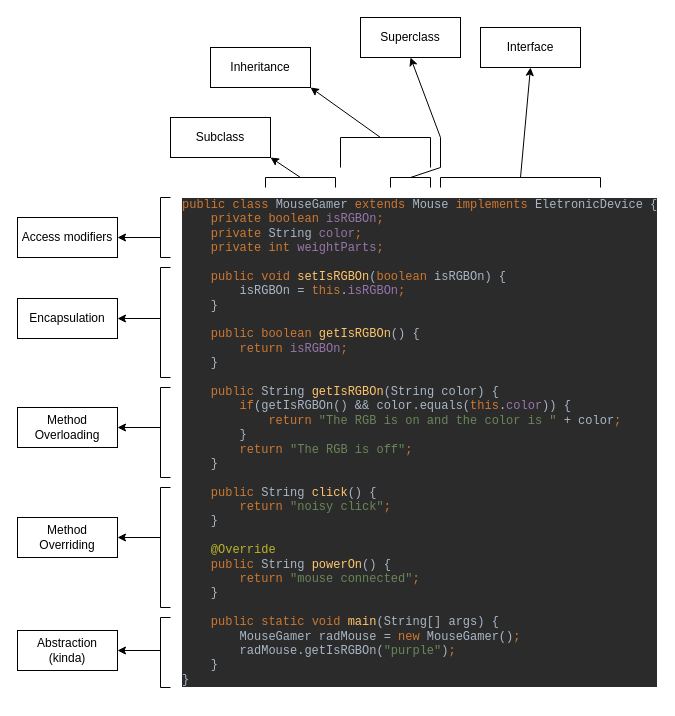
crespo/study keeps this draw.io diagram as OOP.drawio. Above is the earlier version. Source tidied: cells renumbered, new cells numbered last; positions are measured from the earlier drawing's top-left corner, leaving out a move shared by most shapes. Both pictures are drawn from the tidied source at 100%, with x=0, y=0 at pixel (17, 17).
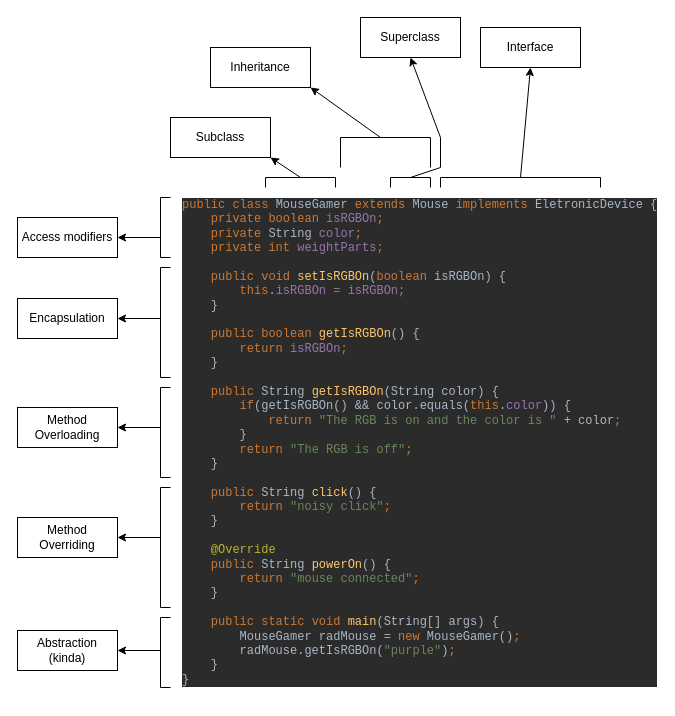
After the change.

Diff of the diagram source:
```diff
@@
-    <mxCell id="2" value="&lt;pre style=&quot;background-color:#2b2b2b;color:#a9b7c6;font-family:'JetBrains Mono',monospace;font-size:9,8pt;&quot;&gt;&lt;span style=&quot;color:#cc7832;&quot;&gt;public class &lt;/span&gt;MouseGamer &lt;span style=&quot;color:#cc7832;&quot;&gt;extends &lt;/span&gt;Mouse &lt;span style=&quot;color:#cc7832;&quot;&gt;implements &lt;/span&gt;EletronicDevice {&lt;br&gt;    &lt;span style=&quot;color:#cc7832;&quot;&gt;private boolean &lt;/span&gt;&lt;span style=&quot;color:#9876aa;&quot;&gt;isRGBOn&lt;/span&gt;&lt;span style=&quot;color:#cc7832;&quot;&gt;;&lt;br&gt;&lt;/span&gt;&lt;span style=&quot;color:#cc7832;&quot;&gt;    private &lt;/span&gt;String &lt;span style=&quot;color:#9876aa;&quot;&gt;color&lt;/span&gt;&lt;span style=&quot;color:#cc7832;&quot;&gt;;&lt;br&gt;&lt;/span&gt;&lt;span style=&quot;color:#cc7832;&quot;&gt;    private int &lt;/span&gt;&lt;span style=&quot;color:#9876aa;&quot;&gt;weightParts&lt;/span&gt;&lt;span style=&quot;color:#cc7832;&quot;&gt;;&lt;br&gt;&lt;/span&gt;&lt;span style=&quot;color:#cc7832;&quot;&gt;&lt;br&gt;&lt;/span&gt;&lt;span style=&quot;color:#cc7832;&quot;&gt;    public void &lt;/span&gt;&lt;span style=&quot;color:#ffc66d;&quot;&gt;setIsRGBOn&lt;/span&gt;(&lt;span style=&quot;color:#cc7832;&quot;&gt;boolean &lt;/span&gt;isRGBOn) {&lt;br&gt;        isRGBOn = &lt;span style=&quot;color:#cc7832;&quot;&gt;this&lt;/span&gt;.&lt;span style=&quot;color:#9876aa;&quot;&gt;isRGBOn&lt;/span&gt;&lt;span style=&quot;color:#cc7832;&quot;&gt;;&lt;br&gt;&lt;/span&gt;&lt;span style=&quot;color:#cc7832;&quot;&gt;    &lt;/span&gt;}&lt;br&gt;&lt;br&gt;    &lt;span style=&quot;color:#cc7832;&quot;&gt;public boolean &lt;/span&gt;&lt;span style=&quot;color:#ffc66d;&quot;&gt;getIsRGBOn&lt;/span&gt;() {&lt;br&gt;        &lt;span style=&quot;color:#cc7832;&quot;&gt;return &lt;/span&gt;&lt;span style=&quot;color:#9876aa;&quot;&gt;isRGBOn&lt;/span&gt;&lt;span style=&quot;color:#cc7832;&quot;&gt;;&lt;br&gt;&lt;/span&gt;&lt;span style=&quot;color:#cc7832;&quot;&gt;    &lt;/span&gt;}&lt;br&gt;&lt;br&gt;    &lt;span style=&quot;color:#cc7832;&quot;&gt;public &lt;/span&gt;String &lt;span style=&quot;color:#ffc66d;&quot;&gt;getIsRGBOn&lt;/span&gt;(String color) {&lt;br&gt;        &lt;span style=&quot;color:#cc7832;&quot;&gt;if&lt;/span&gt;(getIsRGBOn() &amp;amp;&amp;amp; color.equals(&lt;span style=&quot;color:#cc7832;&quot;&gt;this&lt;/span&gt;.&lt;span style=&quot;color:#9876aa;&quot;&gt;color&lt;/span&gt;)) {&lt;br&gt;            &lt;span style=&quot;color:#cc7832;&quot;&gt;return &lt;/span&gt;&lt;span style=&quot;color:#6a8759;&quot;&gt;&quot;The RGB is on and the color is &quot; &lt;/span&gt;+ color&lt;span style=&quot;color:#cc7832;&quot;&gt;;&lt;br&gt;&lt;/span&gt;&lt;span style=&quot;color:#cc7832;&quot;&gt;        &lt;/span&gt;}&lt;br&gt;        &lt;span style=&quot;color:#cc7832;&quot;&gt;return &lt;/span&gt;&lt;span style=&quot;color:#6a8759;&quot;&gt;&quot;The RGB is off&quot;&lt;/span&gt;&lt;span style=&quot;color:#cc7832;&quot;&gt;;&lt;br&gt;&lt;/span&gt;&lt;span style=&quot;color:#cc7832;&quot;&gt;    &lt;/span&gt;}&lt;br&gt;&lt;br&gt;    &lt;span style=&quot;color:#cc7832;&quot;&gt;public &lt;/span&gt;String &lt;span style=&quot;color:#ffc66d;&quot;&gt;click&lt;/span&gt;() {&lt;br&gt;        &lt;span style=&quot;color:#cc7832;&quot;&gt;return &lt;/span&gt;&lt;span style=&quot;color:#6a8759;&quot;&gt;&quot;noisy click&quot;&lt;/span&gt;&lt;span style=&quot;color:#cc7832;&quot;&gt;;&lt;br&gt;&lt;/span&gt;&lt;span style=&quot;color:#cc7832;&quot;&gt;    &lt;/span&gt;}&lt;br&gt;&lt;br&gt;    &lt;span style=&quot;color:#bbb529;&quot;&gt;@Override&lt;br&gt;&lt;/span&gt;&lt;span style=&quot;color:#bbb529;&quot;&gt;    &lt;/span&gt;&lt;span style=&quot;color:#cc7832;&quot;&gt;public &lt;/span&gt;String &lt;span style=&quot;color:#ffc66d;&quot;&gt;powerOn&lt;/span&gt;() {&lt;br&gt;        &lt;span style=&quot;color:#cc7832;&quot;&gt;return &lt;/span&gt;&lt;span style=&quot;color:#6a8759;&quot;&gt;&quot;mouse connected&quot;&lt;/span&gt;&lt;span style=&quot;color:#cc7832;&quot;&gt;;&lt;br&gt;&lt;/span&gt;&lt;span style=&quot;color:#cc7832;&quot;&gt;    &lt;/span&gt;}&lt;br&gt;&lt;br&gt;    &lt;span style=&quot;color:#cc7832;&quot;&gt;public static void &lt;/span&gt;&lt;span style=&quot;color:#ffc66d;&quot;&gt;main&lt;/span&gt;(String[] args) {&lt;br&gt;        MouseGamer radMouse = &lt;span style=&quot;color:#cc7832;&quot;&gt;new &lt;/span&gt;MouseGamer()&lt;span style=&quot;color:#cc7832;&quot;&gt;;&lt;br&gt;&lt;/span&gt;&lt;span style=&quot;color:#cc7832;&quot;&gt;        &lt;/span&gt;radMouse.getIsRGBOn(&lt;span style=&quot;color:#6a8759;&quot;&gt;&quot;purple&quot;&lt;/span&gt;)&lt;span style=&quot;color:#cc7832;&quot;&gt;;&lt;br&gt;&lt;/span&gt;&lt;span style=&quot;color:#cc7832;&quot;&gt;    &lt;/span&gt;}&lt;br&gt;}&lt;/pre&gt;" style="text;html=1;strokeColor=none;fillColor=none;align=left;verticalAlign=middle;whiteSpace=wrap;rounded=0;" parent="1" vertex="1">
+    <mxCell id="2" value="&lt;pre style=&quot;background-color:#2b2b2b;color:#a9b7c6;font-family:'JetBrains Mono',monospace;font-size:9,8pt;&quot;&gt;&lt;span style=&quot;color:#cc7832;&quot;&gt;public class &lt;/span&gt;MouseGamer &lt;span style=&quot;color:#cc7832;&quot;&gt;extends &lt;/span&gt;Mouse &lt;span style=&quot;color:#cc7832;&quot;&gt;implements &lt;/span&gt;EletronicDevice {&lt;br&gt;    &lt;span style=&quot;color:#cc7832;&quot;&gt;private boolean &lt;/span&gt;&lt;span style=&quot;color:#9876aa;&quot;&gt;isRGBOn&lt;/span&gt;&lt;span style=&quot;color:#cc7832;&quot;&gt;;&lt;br&gt;&lt;/span&gt;&lt;span style=&quot;color:#cc7832;&quot;&gt;    private &lt;/span&gt;String &lt;span style=&quot;color:#9876aa;&quot;&gt;color&lt;/span&gt;&lt;span style=&quot;color:#cc7832;&quot;&gt;;&lt;br&gt;&lt;/span&gt;&lt;span style=&quot;color:#cc7832;&quot;&gt;    private int &lt;/span&gt;&lt;span style=&quot;color:#9876aa;&quot;&gt;weightParts&lt;/span&gt;&lt;span style=&quot;color:#cc7832;&quot;&gt;;&lt;br&gt;&lt;/span&gt;&lt;span style=&quot;color:#cc7832;&quot;&gt;&lt;br&gt;&lt;/span&gt;&lt;span style=&quot;color:#cc7832;&quot;&gt;    public void &lt;/span&gt;&lt;span style=&quot;color:#ffc66d;&quot;&gt;setIsRGBOn&lt;/span&gt;(&lt;span style=&quot;color:#cc7832;&quot;&gt;boolean &lt;/span&gt;isRGBOn) {&lt;br&gt;        &lt;span style=&quot;color:#cc7832;&quot;&gt;this&lt;/span&gt;.&lt;span style=&quot;color:#9876aa;&quot;&gt;isRGBOn = isRGBOn;&lt;/span&gt;&lt;span style=&quot;color:#cc7832;&quot;&gt;&lt;br&gt;&lt;/span&gt;&lt;span style=&quot;color:#cc7832;&quot;&gt;    &lt;/span&gt;}&lt;br&gt;&lt;br&gt;    &lt;span style=&quot;color:#cc7832;&quot;&gt;public boolean &lt;/span&gt;&lt;span style=&quot;color:#ffc66d;&quot;&gt;getIsRGBOn&lt;/span&gt;() {&lt;br&gt;        &lt;span style=&quot;color:#cc7832;&quot;&gt;return &lt;/span&gt;&lt;span style=&quot;color:#9876aa;&quot;&gt;isRGBOn&lt;/span&gt;&lt;span style=&quot;color:#cc7832;&quot;&gt;;&lt;br&gt;&lt;/span&gt;&lt;span style=&quot;color:#cc7832;&quot;&gt;    &lt;/span&gt;}&lt;br&gt;&lt;br&gt;    &lt;span style=&quot;color:#cc7832;&quot;&gt;public &lt;/span&gt;String &lt;span style=&quot;color:#ffc66d;&quot;&gt;getIsRGBOn&lt;/span&gt;(String color) {&lt;br&gt;        &lt;span style=&quot;color:#cc7832;&quot;&gt;if&lt;/span&gt;(getIsRGBOn() &amp;amp;&amp;amp; color.equals(&lt;span style=&quot;color:#cc7832;&quot;&gt;this&lt;/span&gt;.&lt;span style=&quot;color:#9876aa;&quot;&gt;color&lt;/span&gt;)) {&lt;br&gt;            &lt;span style=&quot;color:#cc7832;&quot;&gt;return &lt;/span&gt;&lt;span style=&quot;color:#6a8759;&quot;&gt;&quot;The RGB is on and the color is &quot; &lt;/span&gt;+ color&lt;span style=&quot;color:#cc7832;&quot;&gt;;&lt;br&gt;&lt;/span&gt;&lt;span style=&quot;color:#cc7832;&quot;&gt;        &lt;/span&gt;}&lt;br&gt;        &lt;span style=&quot;color:#cc7832;&quot;&gt;return &lt;/span&gt;&lt;span style=&quot;color:#6a8759;&quot;&gt;&quot;The RGB is off&quot;&lt;/span&gt;&lt;span style=&quot;color:#cc7832;&quot;&gt;;&lt;br&gt;&lt;/span&gt;&lt;span style=&quot;color:#cc7832;&quot;&gt;    &lt;/span&gt;}&lt;br&gt;&lt;br&gt;    &lt;span style=&quot;color:#cc7832;&quot;&gt;public &lt;/span&gt;String &lt;span style=&quot;color:#ffc66d;&quot;&gt;click&lt;/span&gt;() {&lt;br&gt;        &lt;span style=&quot;color:#cc7832;&quot;&gt;return &lt;/span&gt;&lt;span style=&quot;color:#6a8759;&quot;&gt;&quot;noisy click&quot;&lt;/span&gt;&lt;span style=&quot;color:#cc7832;&quot;&gt;;&lt;br&gt;&lt;/span&gt;&lt;span style=&quot;color:#cc7832;&quot;&gt;    &lt;/span&gt;}&lt;br&gt;&lt;br&gt;    &lt;span style=&quot;color:#bbb529;&quot;&gt;@Override&lt;br&gt;&lt;/span&gt;&lt;span style=&quot;color:#bbb529;&quot;&gt;    &lt;/span&gt;&lt;span style=&quot;color:#cc7832;&quot;&gt;public &lt;/span&gt;String &lt;span style=&quot;color:#ffc66d;&quot;&gt;powerOn&lt;/span&gt;() {&lt;br&gt;        &lt;span style=&quot;color:#cc7832;&quot;&gt;return &lt;/span&gt;&lt;span style=&quot;color:#6a8759;&quot;&gt;&quot;mouse connected&quot;&lt;/span&gt;&lt;span style=&quot;color:#cc7832;&quot;&gt;;&lt;br&gt;&lt;/span&gt;&lt;span style=&quot;color:#cc7832;&quot;&gt;    &lt;/span&gt;}&lt;br&gt;&lt;br&gt;    &lt;span style=&quot;color:#cc7832;&quot;&gt;public static void &lt;/span&gt;&lt;span style=&quot;color:#ffc66d;&quot;&gt;main&lt;/span&gt;(String[] args) {&lt;br&gt;        MouseGamer radMouse = &lt;span style=&quot;color:#cc7832;&quot;&gt;new &lt;/span&gt;MouseGamer()&lt;span style=&quot;color:#cc7832;&quot;&gt;;&lt;br&gt;&lt;/span&gt;&lt;span style=&quot;color:#cc7832;&quot;&gt;        &lt;/span&gt;radMouse.getIsRGBOn(&lt;span style=&quot;color:#6a8759;&quot;&gt;&quot;purple&quot;&lt;/span&gt;)&lt;span style=&quot;color:#cc7832;&quot;&gt;;&lt;br&gt;&lt;/span&gt;&lt;span style=&quot;color:#cc7832;&quot;&gt;    &lt;/span&gt;}&lt;br&gt;}&lt;/pre&gt;" style="text;html=1;strokeColor=none;fillColor=none;align=left;verticalAlign=middle;whiteSpace=wrap;rounded=0;" parent="1" vertex="1">
       <mxGeometry x="163" y="410" width="60" height="30" as="geometry" />
     </mxCell>
```
